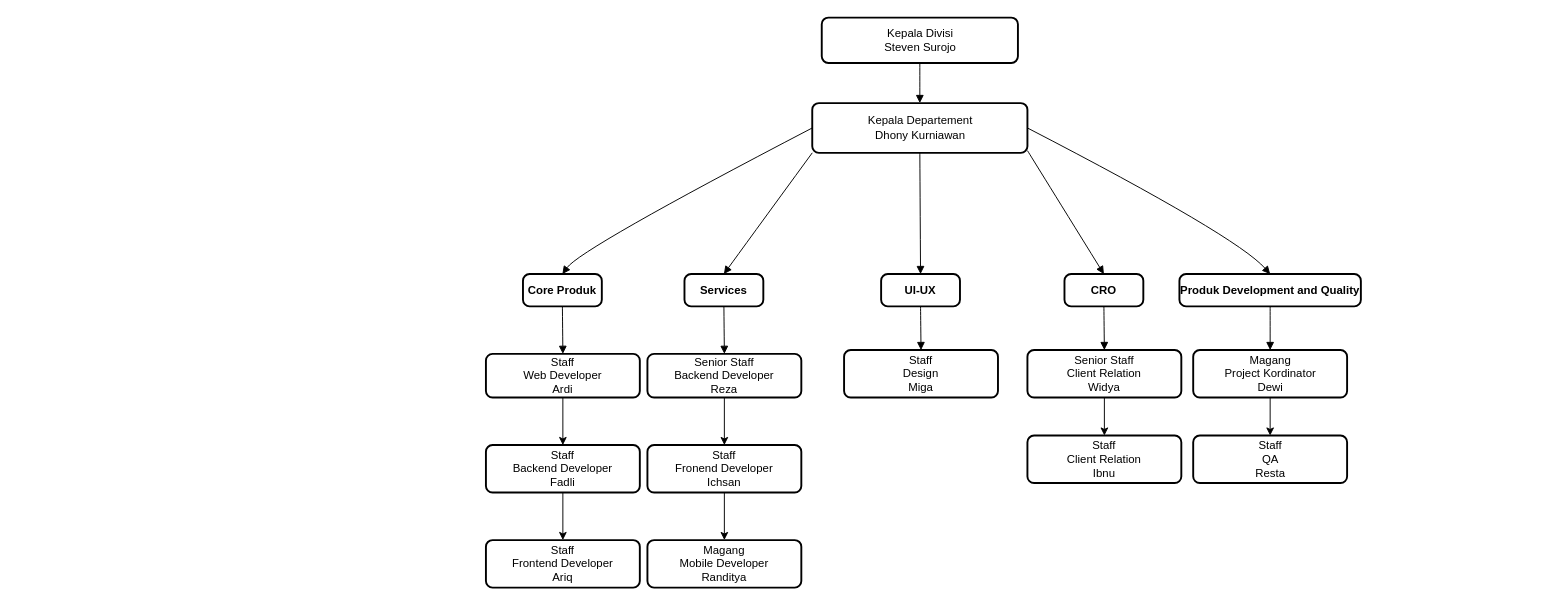
This is Unit Kerja.drawio from rascaldkny/project1, a draw.io file, before an edit. Source tidied: cells renumbered, new cells numbered last; positions are measured from the earlier drawing's top-left corner, leaving out a move shared by most shapes. Both pictures are drawn from the tidied source at 95%, with x=0, y=0 at pixel (485, 17).
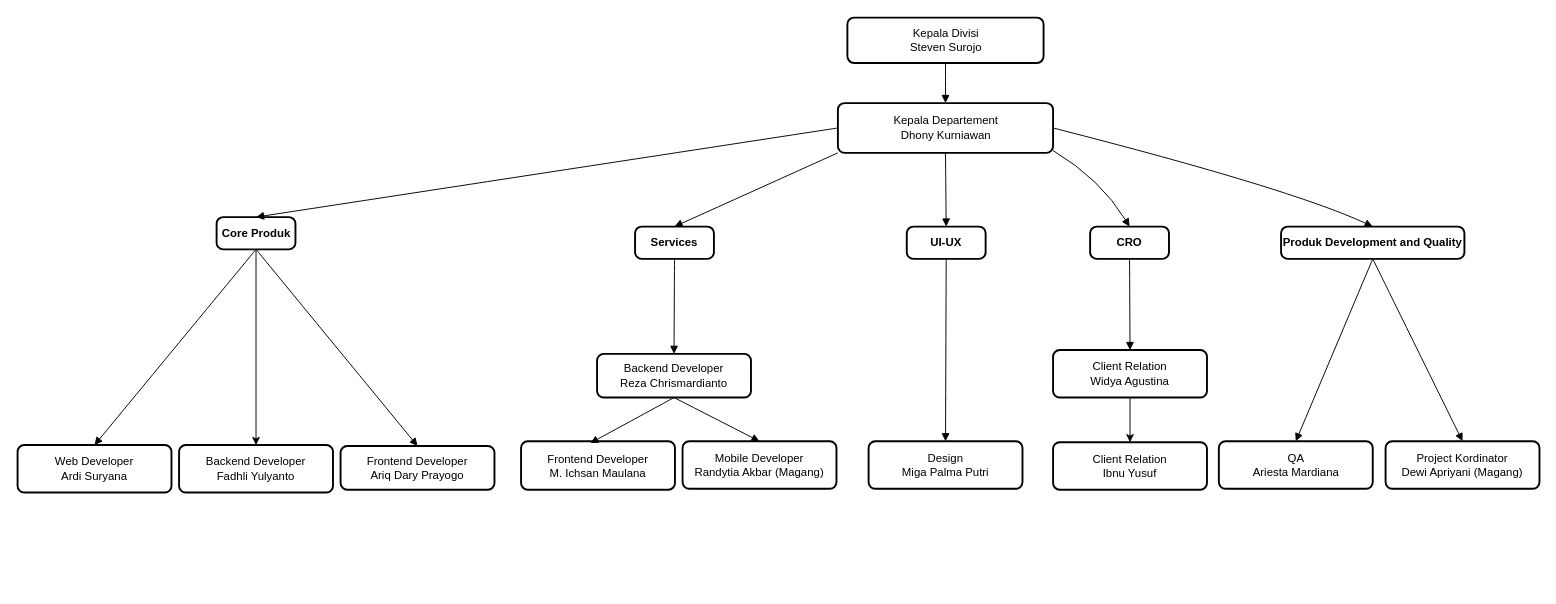
The same diagram, later.

The edit, as a diff of the source:
```diff
@@
     <mxCell id="2" value="Kepala Divisi &#10;Steven Surojo" style="rounded=1;absoluteArcSize=1;arcSize=14;whiteSpace=wrap;strokeWidth=2;fontStyle=0;" parent="1" vertex="1">
-      <mxGeometry x="353.5" width="206.5" height="47.8" as="geometry" />
+      <mxGeometry x="380.5" width="206.5" height="47.8" as="geometry" />
     </mxCell>
     <mxCell id="3" value="Core Produk" style="rounded=1;absoluteArcSize=1;arcSize=14;whiteSpace=wrap;strokeWidth=2;fontStyle=1;" parent="1" vertex="1">
-      <mxGeometry x="39" y="270" width="83" height="34" as="geometry" />
+      <mxGeometry x="-283.5" y="210" width="83" height="34" as="geometry" />
     </mxCell>
     <mxCell id="4" value="Produk Development and Quality" style="rounded=1;absoluteArcSize=1;arcSize=14;whiteSpace=wrap;strokeWidth=2;fontStyle=1;" parent="1" vertex="1">
-      <mxGeometry x="730" y="270" width="191" height="34" as="geometry" />
+      <mxGeometry x="837" y="220" width="193" height="34" as="geometry" />
     </mxCell>
-    <mxCell id="5" style="edgeStyle=orthogonalEdgeStyle;rounded=0;jettySize=auto;html=1;" parent="1" edge="1" source="6" target="30">
+    <mxCell id="5" style="edgeStyle=orthogonalEdgeStyle;rounded=0;jettySize=auto;html=1;" parent="1" edge="1" source="3" target="30">
       <mxGeometry relative="1" as="geometry" />
     </mxCell>
-    <mxCell id="6" value="Staff &#10;Web Developer&#10;Ardi" style="rounded=1;absoluteArcSize=1;arcSize=14;whiteSpace=wrap;strokeWidth=2;" parent="1" vertex="1">
-      <mxGeometry y="354" width="162" height="46" as="geometry" />
+    <mxCell id="6" value="Frontend Developer&#10;Ariq Dary Prayogo" style="rounded=1;absoluteArcSize=1;arcSize=14;whiteSpace=wrap;strokeWidth=2;" parent="1" vertex="1">
+      <mxGeometry x="-153" y="451" width="162" height="46" as="geometry" />
     </mxCell>
@@
     <mxCell id="8" style="curved=1;startArrow=none;endArrow=block;exitX=0;exitY=0.5;entryX=0.5;entryY=0.01;exitDx=0;exitDy=0;" parent="1" edge="1" source="12" target="3">
-      <mxGeometry relative="1" as="geometry">
-        <Array as="points">
-          <mxPoint x="100" y="243" />
-        </Array>
-      </mxGeometry>
+      <mxGeometry relative="1" as="geometry" />
     </mxCell>
     <mxCell id="9" style="curved=1;startArrow=none;endArrow=block;exitX=1;exitY=0.5;entryX=0.5;entryY=0.01;exitDx=0;exitDy=0;" parent="1" edge="1" source="12" target="4">
       <mxGeometry relative="1" as="geometry">
         <Array as="points">
-          <mxPoint x="790" y="230" />
+          <mxPoint x="847" y="180" />
         </Array>
       </mxGeometry>
     </mxCell>
@@
     <mxCell id="12" value="Kepala Departement &#10;Dhony Kurniawan" style="rounded=1;absoluteArcSize=1;arcSize=14;whiteSpace=wrap;strokeWidth=2;" parent="1" vertex="1">
-      <mxGeometry x="343.5" y="90" width="226.5" height="52.4" as="geometry" />
+      <mxGeometry x="370.5" y="90" width="226.5" height="52.4" as="geometry" />
     </mxCell>
     <mxCell id="13" value="Services" style="rounded=1;absoluteArcSize=1;arcSize=14;whiteSpace=wrap;strokeWidth=2;fontStyle=1;" parent="1" vertex="1">
-      <mxGeometry x="209" y="270" width="83" height="34" as="geometry" />
+      <mxGeometry x="157" y="220" width="83" height="34" as="geometry" />
     </mxCell>
-    <mxCell id="14" style="edgeStyle=orthogonalEdgeStyle;rounded=0;jettySize=auto;html=1;" parent="1" edge="1" source="15" target="33">
-      <mxGeometry relative="1" as="geometry" />
-    </mxCell>
-    <mxCell id="15" value="Senior Staff&#10;Backend Developer&#10;Reza" style="rounded=1;absoluteArcSize=1;arcSize=14;whiteSpace=wrap;strokeWidth=2;" parent="1" vertex="1">
-      <mxGeometry x="170" y="354" width="162" height="46" as="geometry" />
+    <mxCell id="15" value="Backend Developer&#10;Reza Chrismardianto" style="rounded=1;absoluteArcSize=1;arcSize=14;whiteSpace=wrap;strokeWidth=2;" parent="1" vertex="1">
+      <mxGeometry x="117" y="354" width="162" height="46" as="geometry" />
     </mxCell>
     <mxCell id="16" style="curved=1;startArrow=none;endArrow=block;exitX=0;exitY=1;entryX=0.5;entryY=0.01;exitDx=0;exitDy=0;" parent="1" edge="1" source="12" target="13">
-      <mxGeometry relative="1" as="geometry">
-        <Array as="points">
-          <mxPoint x="270" y="243" />
-        </Array>
-      </mxGeometry>
+      <mxGeometry relative="1" as="geometry" />
     </mxCell>
@@
     <mxCell id="18" value="CRO" style="rounded=1;absoluteArcSize=1;arcSize=14;whiteSpace=wrap;strokeWidth=2;fontStyle=1;" parent="1" vertex="1">
-      <mxGeometry x="609" y="270" width="83" height="34" as="geometry" />
+      <mxGeometry x="636" y="220" width="83" height="34" as="geometry" />
     </mxCell>
@@
-    <mxCell id="20" value="Senior Staff&#10;Client Relation&#10;Widya" style="rounded=1;absoluteArcSize=1;arcSize=14;whiteSpace=wrap;strokeWidth=2;" parent="1" vertex="1">
-      <mxGeometry x="570" y="350" width="162" height="50" as="geometry" />
+    <mxCell id="20" value="Client Relation&#10;Widya Agustina" style="rounded=1;absoluteArcSize=1;arcSize=14;whiteSpace=wrap;strokeWidth=2;" parent="1" vertex="1">
+      <mxGeometry x="597" y="350" width="162" height="50" as="geometry" />
     </mxCell>
@@
     <mxCell id="22" style="curved=1;startArrow=none;endArrow=block;entryX=0.5;entryY=0;entryDx=0;entryDy=0;" parent="1" edge="1" target="18">
       <mxGeometry relative="1" as="geometry">
-        <mxPoint x="570" y="140" as="sourcePoint" />
+        <mxPoint x="597" y="140" as="sourcePoint" />
+        <Array as="points">
+          <mxPoint x="647" y="170" />
+        </Array>
       </mxGeometry>
     </mxCell>
     <mxCell id="23" value="UI-UX" style="rounded=1;absoluteArcSize=1;arcSize=14;whiteSpace=wrap;strokeWidth=2;fontStyle=1;" parent="1" vertex="1">
-      <mxGeometry x="416" y="270" width="83" height="34" as="geometry" />
+      <mxGeometry x="443" y="220" width="83" height="34" as="geometry" />
     </mxCell>
-    <mxCell id="24" value="Staff&#10;Design&#10;Miga" style="rounded=1;absoluteArcSize=1;arcSize=14;whiteSpace=wrap;strokeWidth=2;" parent="1" vertex="1">
-      <mxGeometry x="377" y="350" width="162" height="50" as="geometry" />
+    <mxCell id="24" value="Design&#10;Miga Palma Putri" style="rounded=1;absoluteArcSize=1;arcSize=14;whiteSpace=wrap;strokeWidth=2;" parent="1" vertex="1">
+      <mxGeometry x="402.8" y="446" width="162" height="50" as="geometry" />
     </mxCell>
@@
-    <mxCell id="27" style="edgeStyle=orthogonalEdgeStyle;rounded=0;jettySize=auto;html=1;" parent="1" edge="1" source="28" target="36">
-      <mxGeometry relative="1" as="geometry" />
-    </mxCell>
-    <mxCell id="28" value="Magang&#10;Project Kordinator&#10;Dewi" style="rounded=1;absoluteArcSize=1;arcSize=14;whiteSpace=wrap;strokeWidth=2;" parent="1" vertex="1">
-      <mxGeometry x="744.5" y="350" width="162" height="50" as="geometry" />
+    <mxCell id="28" value="Project Kordinator&#10;Dewi Apriyani (Magang)" style="rounded=1;absoluteArcSize=1;arcSize=14;whiteSpace=wrap;strokeWidth=2;" parent="1" vertex="1">
+      <mxGeometry x="947" y="446" width="162" height="50" as="geometry" />
     </mxCell>
-    <mxCell id="29" style="edgeStyle=orthogonalEdgeStyle;rounded=0;jettySize=auto;html=1;" parent="1" edge="1" source="30" target="31">
-      <mxGeometry relative="1" as="geometry" />
-    </mxCell>
-    <mxCell id="30" value="Staff &#10;Backend Developer&#10;Fadli" style="rounded=1;absoluteArcSize=1;arcSize=14;whiteSpace=wrap;strokeWidth=2;" parent="1" vertex="1">
-      <mxGeometry y="450" width="162" height="50" as="geometry" />
+    <mxCell id="30" value="Backend Developer&#10;Fadhli Yulyanto" style="rounded=1;absoluteArcSize=1;arcSize=14;whiteSpace=wrap;strokeWidth=2;" parent="1" vertex="1">
+      <mxGeometry x="-323" y="450" width="162" height="50" as="geometry" />
     </mxCell>
-    <mxCell id="31" value="Staff &#10;Frontend Developer&#10;Ariq" style="rounded=1;absoluteArcSize=1;arcSize=14;whiteSpace=wrap;strokeWidth=2;" parent="1" vertex="1">
-      <mxGeometry y="550" width="162" height="50" as="geometry" />
+    <mxCell id="31" value="Web Developer&#10;Ardi Suryana" style="rounded=1;absoluteArcSize=1;arcSize=14;whiteSpace=wrap;strokeWidth=2;" parent="1" vertex="1">
+      <mxGeometry x="-493" y="450" width="162" height="50" as="geometry" />
     </mxCell>
-    <mxCell id="32" style="edgeStyle=orthogonalEdgeStyle;rounded=0;jettySize=auto;html=1;" parent="1" edge="1" source="33" target="34">
-      <mxGeometry relative="1" as="geometry" />
-    </mxCell>
-    <mxCell id="33" value="Staff&#10;Fronend Developer&#10;Ichsan" style="rounded=1;absoluteArcSize=1;arcSize=14;whiteSpace=wrap;strokeWidth=2;" parent="1" vertex="1">
-      <mxGeometry x="170" y="450" width="162" height="50" as="geometry" />
+    <mxCell id="33" value="Frontend Developer&#10;M. Ichsan Maulana" style="rounded=1;absoluteArcSize=1;arcSize=14;whiteSpace=wrap;strokeWidth=2;" parent="1" vertex="1">
+      <mxGeometry x="37" y="446" width="162" height="51" as="geometry" />
     </mxCell>
-    <mxCell id="34" value="Magang&#10;Mobile Developer&#10;Randitya" style="rounded=1;absoluteArcSize=1;arcSize=14;whiteSpace=wrap;strokeWidth=2;" parent="1" vertex="1">
-      <mxGeometry x="170" y="550" width="162" height="50" as="geometry" />
+    <mxCell id="34" value="Mobile Developer&#10;Randytia Akbar (Magang)" style="rounded=1;absoluteArcSize=1;arcSize=14;whiteSpace=wrap;strokeWidth=2;" parent="1" vertex="1">
+      <mxGeometry x="207" y="446" width="162" height="50" as="geometry" />
     </mxCell>
-    <mxCell id="35" value="Staff&#10;Client Relation&#10;Ibnu" style="rounded=1;absoluteArcSize=1;arcSize=14;whiteSpace=wrap;strokeWidth=2;" parent="1" vertex="1">
-      <mxGeometry x="570" y="440" width="162" height="50" as="geometry" />
+    <mxCell id="35" value="Client Relation&#10;Ibnu Yusuf" style="rounded=1;absoluteArcSize=1;arcSize=14;whiteSpace=wrap;strokeWidth=2;" parent="1" vertex="1">
+      <mxGeometry x="597" y="447" width="162" height="50" as="geometry" />
     </mxCell>
-    <mxCell id="36" value="Staff&#10;QA&#10;Resta" style="rounded=1;absoluteArcSize=1;arcSize=14;whiteSpace=wrap;strokeWidth=2;" parent="1" vertex="1">
-      <mxGeometry x="744.5" y="440" width="162" height="50" as="geometry" />
+    <mxCell id="36" value="QA&#10;Ariesta Mardiana" style="rounded=1;absoluteArcSize=1;arcSize=14;whiteSpace=wrap;strokeWidth=2;" parent="1" vertex="1">
+      <mxGeometry x="771.5" y="446" width="162" height="50" as="geometry" />
     </mxCell>
+    <mxCell id="37" style="curved=1;startArrow=none;endArrow=block;exitX=0.5;exitY=1;entryX=0.5;entryY=0;entryDx=0;entryDy=0;exitDx=0;exitDy=0;" parent="1" edge="1" source="4" target="36">
+      <mxGeometry relative="1" as="geometry" />
+    </mxCell>
+    <mxCell id="38" style="curved=1;startArrow=none;endArrow=block;exitX=0.5;exitY=1;entryX=0.5;entryY=0;exitDx=0;exitDy=0;entryDx=0;entryDy=0;" parent="1" edge="1" source="3" target="31">
+      <mxGeometry relative="1" as="geometry" />
+    </mxCell>
+    <mxCell id="39" style="curved=1;startArrow=none;endArrow=block;exitX=0.5;exitY=1;entryX=0.5;entryY=0;exitDx=0;exitDy=0;entryDx=0;entryDy=0;" parent="1" edge="1" source="15" target="34">
+      <mxGeometry relative="1" as="geometry" />
+    </mxCell>
+    <mxCell id="14" style="curved=1;startArrow=none;endArrow=block;exitX=0.5;exitY=1;entryX=0.45;entryY=0.038;exitDx=0;exitDy=0;entryDx=0;entryDy=0;entryPerimeter=0;" parent="1" edge="1" source="15" target="33">
+      <mxGeometry relative="1" as="geometry" />
+    </mxCell>
```
